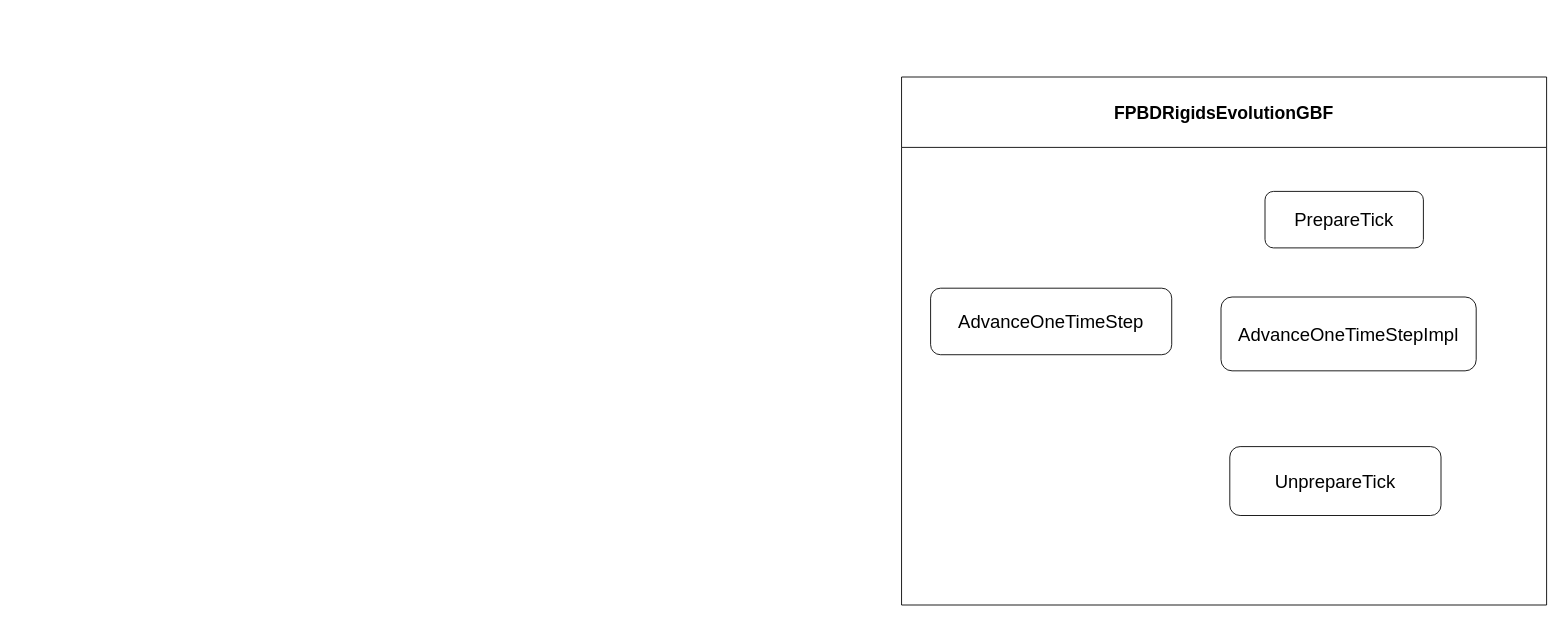
Earlier version of the draw.io diagram ChaosPhysics.drawio (Allusteve/DrawioRepo). Source tidied: cells renumbered, new cells numbered last; positions are measured from the earlier drawing's top-left corner, leaving out a move shared by most shapes. Both pictures are drawn from the tidied source at 88%, with x=0, y=0 at pixel (901, 77).
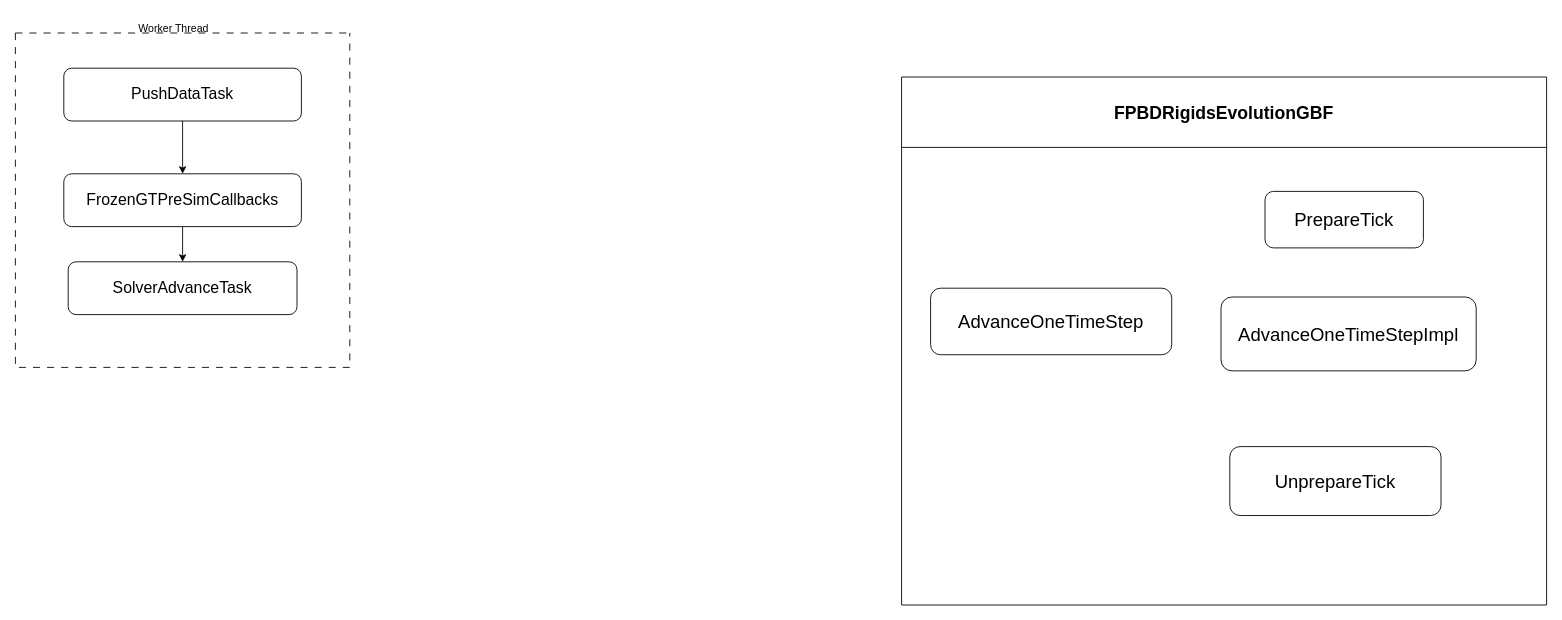
The same page after the edit.

Change to the diagram source:
```diff
@@
 <mxGraphModel>
   <root>
     <mxCell id="0" />
     <mxCell id="1" parent="0" />
     <mxCell id="2" value="&lt;span style=&quot;font-size: 21px;&quot;&gt;PrepareTick&lt;/span&gt;" style="rounded=1;whiteSpace=wrap;html=1;" parent="1" vertex="1">
       <mxGeometry x="413" y="130" width="180" height="64.2" as="geometry" />
     </mxCell>
     <mxCell id="3" value="&lt;span style=&quot;font-size: 21px;&quot;&gt;AdvanceOneTimeStepImpl&lt;/span&gt;" style="rounded=1;whiteSpace=wrap;html=1;" parent="1" vertex="1">
       <mxGeometry x="363" y="250" width="290" height="83.9" as="geometry" />
     </mxCell>
     <mxCell id="4" value="&lt;span style=&quot;font-size: 21px;&quot;&gt;UnprepareTick&lt;/span&gt;" style="rounded=1;whiteSpace=wrap;html=1;" parent="1" vertex="1">
       <mxGeometry x="373" y="420" width="240" height="78.3" as="geometry" />
     </mxCell>
     <mxCell id="5" value="&lt;div&gt;&lt;font style=&quot;font-size: 21px;&quot;&gt;AdvanceOneTimeStep&lt;/font&gt;&lt;/div&gt;" style="rounded=1;whiteSpace=wrap;html=1;" parent="1" vertex="1">
       <mxGeometry x="33" y="240" width="274" height="75.6" as="geometry" />
     </mxCell>
     <mxCell id="6" value="&lt;font style=&quot;font-size: 20px;&quot;&gt;FPBDRigidsEvolutionGBF&lt;/font&gt;" style="swimlane;whiteSpace=wrap;html=1;startSize=80;" parent="1" vertex="1">
       <mxGeometry width="733" height="600" as="geometry" />
     </mxCell>
+    <mxCell id="7" style="swimlane;startSize=0;dashed=1;dashPattern=8 8;" parent="1" vertex="1">
+      <mxGeometry x="-1007" y="-50" width="380" height="380" as="geometry" />
+    </mxCell>
+    <mxCell id="8" value="&lt;div&gt;&lt;font style=&quot;font-size: 18px;&quot;&gt;PushDataTask&lt;/font&gt;&lt;/div&gt;" style="rounded=1;whiteSpace=wrap;html=1;" parent="7" vertex="1">
+      <mxGeometry x="55" y="40" width="270" height="60" as="geometry" />
+    </mxCell>
+    <mxCell id="9" value="&lt;div&gt;&lt;font style=&quot;font-size: 18px;&quot;&gt;FrozenGTPreSimCallbacks&lt;/font&gt;&lt;/div&gt;" style="rounded=1;whiteSpace=wrap;html=1;" parent="7" vertex="1">
+      <mxGeometry x="55" y="160" width="270" height="60" as="geometry" />
+    </mxCell>
+    <mxCell id="10" style="edgeStyle=orthogonalEdgeStyle;rounded=0;jettySize=auto;html=1;exitX=0.5;exitY=1;exitDx=0;exitDy=0;" parent="7" edge="1" source="8" target="9">
+      <mxGeometry relative="1" as="geometry" />
+    </mxCell>
+    <mxCell id="11" value="&lt;div&gt;&lt;font style=&quot;font-size: 18px;&quot;&gt;SolverAdvanceTask&lt;/font&gt;&lt;/div&gt;" style="rounded=1;whiteSpace=wrap;html=1;" parent="7" vertex="1">
+      <mxGeometry x="60" y="260" width="260" height="60" as="geometry" />
+    </mxCell>
+    <mxCell id="12" style="edgeStyle=orthogonalEdgeStyle;rounded=0;jettySize=auto;html=1;exitX=0.5;exitY=1;exitDx=0;exitDy=0;entryX=0.5;entryY=0;entryDx=0;entryDy=0;" parent="7" edge="1" source="9" target="11">
+      <mxGeometry relative="1" as="geometry" />
+    </mxCell>
+    <mxCell id="13" value="Worker Thread" style="text;html=1;align=center;verticalAlign=middle;whiteSpace=wrap;rounded=0;" parent="1" vertex="1">
+      <mxGeometry x="-877" y="-70" width="100" height="30" as="geometry" />
+    </mxCell>
   </root>
 </mxGraphModel>
```
